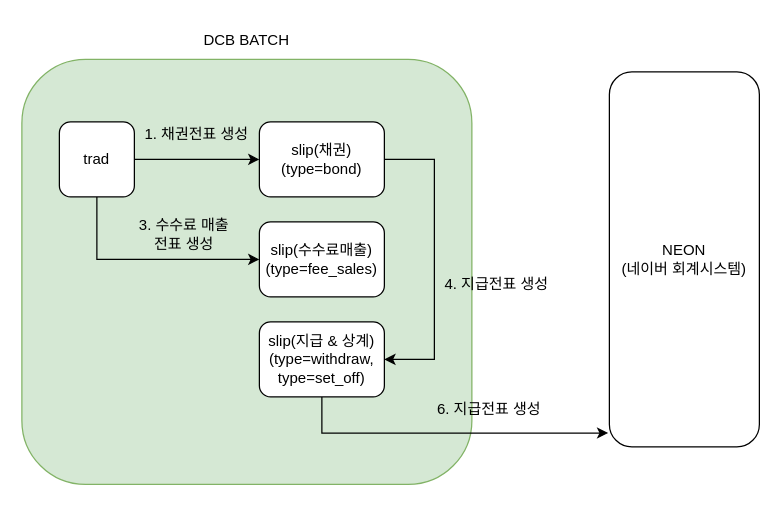
Earlier version of the draw.io diagram 정산.drawio (corns90/drawio). Source tidied: cells renumbered, new cells numbered last; positions are measured from the earlier drawing's top-left corner, leaving out a move shared by most shapes. Both pictures are drawn from the tidied source at 125%, with x=0, y=0 at pixel (21, 21).
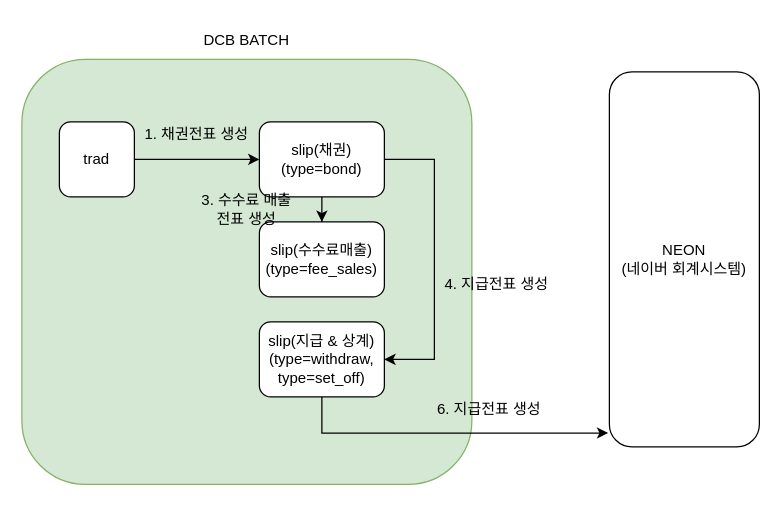
After the change.

Commit message (it also covers changes not shown here):
정산.drawio 업데이트

Unchanged cells that the change refers to:
```xml
<mxCell id="5" value="trad" style="rounded=1;whiteSpace=wrap;html=1;" parent="1" vertex="1">
  <mxGeometry x="30" y="80" width="60" height="60" as="geometry" />
</mxCell>
<mxCell id="7" value="slip(채권)&lt;br&gt;(type=bond)" style="rounded=1;whiteSpace=wrap;html=1;" parent="1" vertex="1">
  <mxGeometry x="190" y="80" width="100" height="60" as="geometry" />
</mxCell>
<mxCell id="8" value="slip(수수료매출)&lt;br&gt;(type=fee_sales)" style="rounded=1;whiteSpace=wrap;html=1;" parent="1" vertex="1">
  <mxGeometry x="190" y="160" width="100" height="60" as="geometry" />
</mxCell>
```

The edit, as a diff of the source:
```diff
@@
-    <mxCell id="4" style="edgeStyle=orthogonalEdgeStyle;rounded=0;jettySize=auto;html=1;entryX=0;entryY=0.5;entryDx=0;entryDy=0;" parent="1" edge="1" source="5" target="8">
-      <mxGeometry relative="1" as="geometry">
-        <Array as="points">
-          <mxPoint x="60" y="190" />
-        </Array>
-      </mxGeometry>
-    </mxCell>
@@
+    <mxCell id="17" style="edgeStyle=orthogonalEdgeStyle;rounded=0;jettySize=auto;html=1;" parent="1" edge="1" source="7" target="8">
+      <mxGeometry relative="1" as="geometry" />
+    </mxCell>
@@
     <mxCell id="14" value="3. 수수료 매출 &lt;br&gt;전표 생성" style="text;html=1;strokeColor=none;fillColor=none;align=center;verticalAlign=middle;whiteSpace=wrap;rounded=0;" parent="1" vertex="1">
-      <mxGeometry x="80" y="160" width="100" height="20" as="geometry" />
+      <mxGeometry x="130" y="140" width="100" height="20" as="geometry" />
     </mxCell>
```
